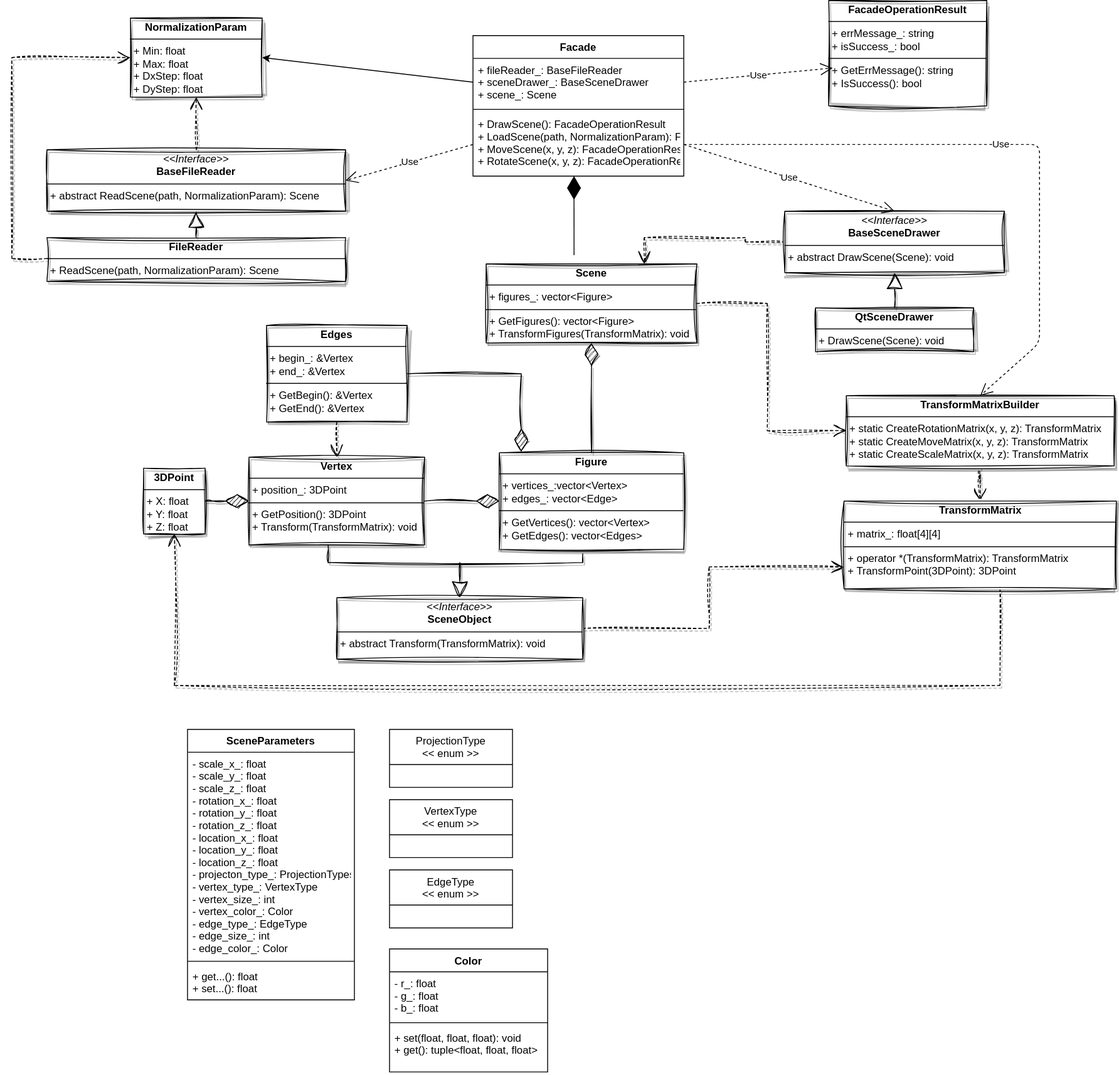
Above: src/diagram/CPP4_3dviewer.drawio.svg in JulUvarova/3DViewer-1.0 (draw.io), before the change. Source tidied: cells renumbered, new cells last; positions are measured from the earlier drawing's top-left corner, leaving out a move shared by most shapes.
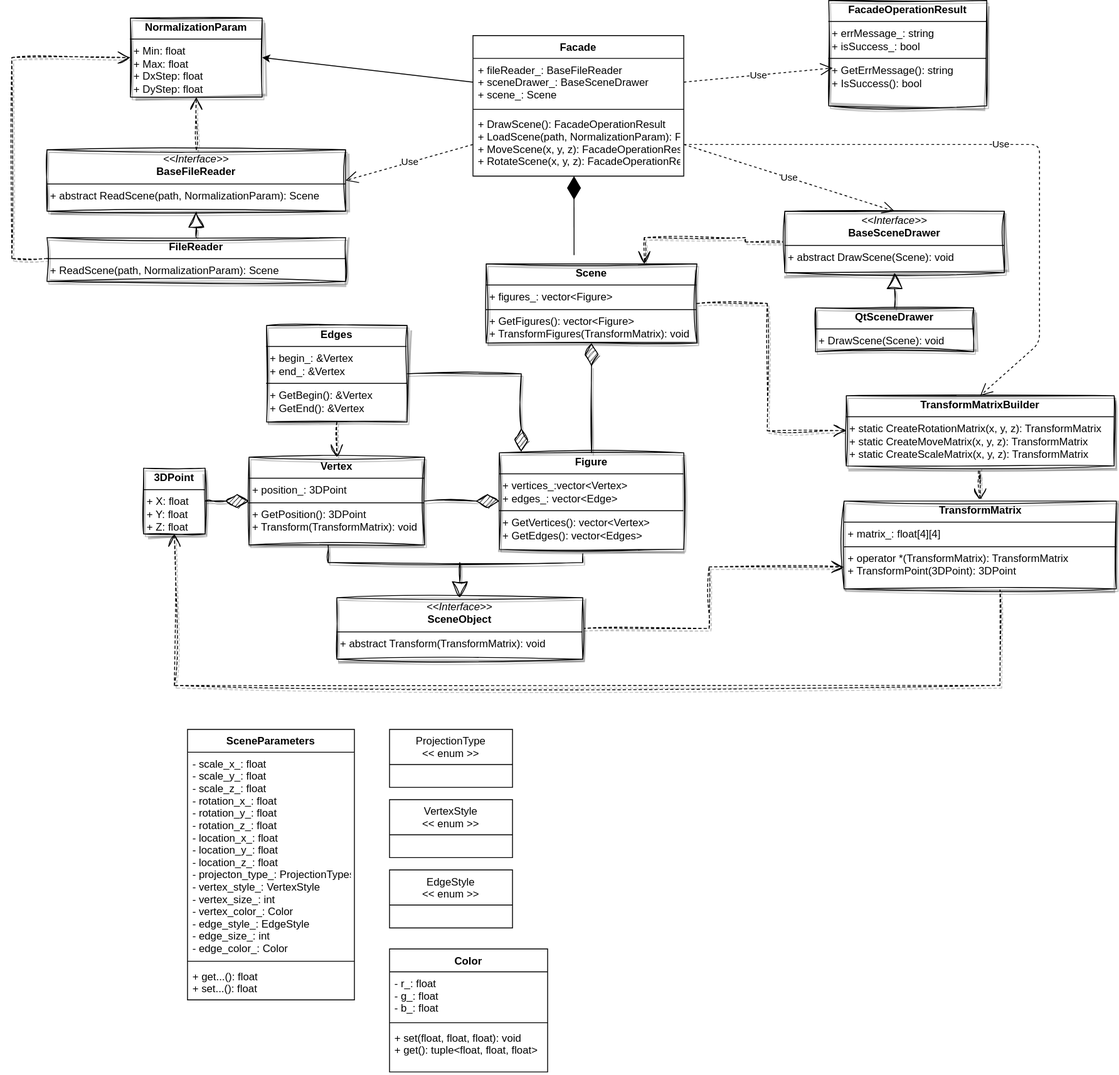
After the commit.

The edit, as a diff of the source:
```diff
@@ -154,7 +154,7 @@
     <mxCell id="42" value="SceneParameters" style="swimlane;fontStyle=1;align=center;verticalAlign=top;horizontal=1;startSize=26;" parent="1" vertex="1">
       <mxGeometry x="200" y="830" width="190" height="308" as="geometry" />
     </mxCell>
-    <mxCell id="43" value="- scale_x_: float&#10;- scale_y_: float&#10;- scale_z_: float&#10;- rotation_x_: float&#10;- rotation_y_: float&#10;- rotation_z_: float&#10;- location_x_: float&#10;- location_y_: float&#10;- location_z_: float&#10;- projecton_type_: ProjectionTypes&#10;- vertex_type_: VertexType&#10;- vertex_size_: int&#10;- vertex_color_: Color&#10;- edge_type_: EdgeType&#10;- edge_size_: int&#10;- edge_color_: Color" style="text;strokeColor=none;fillColor=none;align=left;verticalAlign=top;spacingLeft=4;spacingRight=4;overflow=hidden;" parent="42" vertex="1">
+    <mxCell id="43" value="- scale_x_: float&#10;- scale_y_: float&#10;- scale_z_: float&#10;- rotation_x_: float&#10;- rotation_y_: float&#10;- rotation_z_: float&#10;- location_x_: float&#10;- location_y_: float&#10;- location_z_: float&#10;- projecton_type_: ProjectionTypes&#10;- vertex_style_: VertexStyle&#10;- vertex_size_: int&#10;- vertex_color_: Color&#10;- edge_style_: EdgeStyle&#10;- edge_size_: int&#10;- edge_color_: Color" style="text;strokeColor=none;fillColor=none;align=left;verticalAlign=top;spacingLeft=4;spacingRight=4;overflow=hidden;" parent="42" vertex="1">
       <mxGeometry y="26" width="190" height="234" as="geometry" />
     </mxCell>
     <mxCell id="44" style="line;strokeWidth=1;fillColor=none;align=left;verticalAlign=middle;spacingTop=-1;spacingLeft=3;spacingRight=3;labelPosition=right;strokeColor=inherit;" parent="42" vertex="1">
@@ -166,10 +166,10 @@
     <mxCell id="46" value="ProjectionType&#10;&lt;&lt; enum &gt;&gt;" style="swimlane;fontStyle=0;horizontal=1;startSize=40;fillColor=none;" parent="1" vertex="1">
       <mxGeometry x="430" y="830" width="140" height="66" as="geometry" />
     </mxCell>
-    <mxCell id="47" value="VertexType&#10;&lt;&lt; enum &gt;&gt;" style="swimlane;fontStyle=0;horizontal=1;startSize=40;fillColor=none;" parent="1" vertex="1">
+    <mxCell id="47" value="VertexStyle&#10;&lt;&lt; enum &gt;&gt;" style="swimlane;fontStyle=0;horizontal=1;startSize=40;fillColor=none;" parent="1" vertex="1">
       <mxGeometry x="430" y="910" width="140" height="66" as="geometry" />
     </mxCell>
-    <mxCell id="48" value="EdgeType&#10;&lt;&lt; enum &gt;&gt;" style="swimlane;fontStyle=0;horizontal=1;startSize=40;fillColor=none;" parent="1" vertex="1">
+    <mxCell id="48" value="EdgeStyle&#10;&lt;&lt; enum &gt;&gt;" style="swimlane;fontStyle=0;horizontal=1;startSize=40;fillColor=none;" parent="1" vertex="1">
       <mxGeometry x="430" y="990" width="140" height="66" as="geometry" />
     </mxCell>
     <mxCell id="49" value="Color" style="swimlane;fontStyle=1;align=center;verticalAlign=top;horizontal=1;startSize=26;" parent="1" vertex="1">
```
